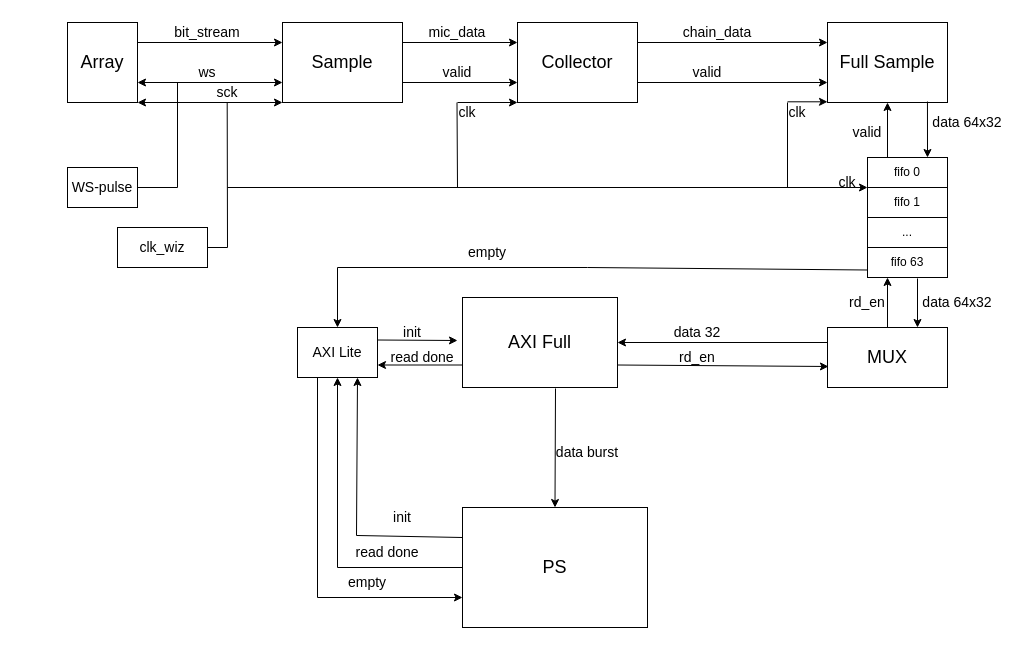
acoustic-warfare/FPGA-sampling keeps this draw.io diagram as doc/diagrams/full_diagram_axi_full.drawio. Above is the earlier version. Source tidied: cells renumbered, new cells numbered last; positions are measured from the earlier drawing's top-left corner, leaving out a move shared by most shapes. Both pictures are drawn from the tidied source at 100%, with x=0, y=0 at pixel (67, 17).
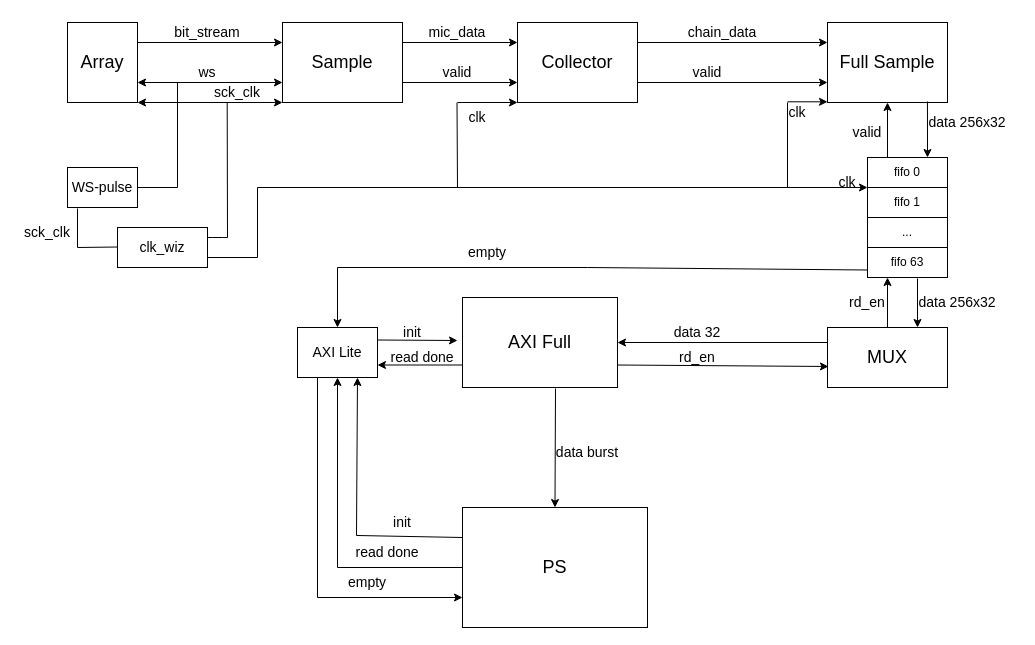
After the change.

Commit message (it also covers changes not shown here):
current diagrams

Unchanged cells that the change refers to:
```xml
<mxCell id="18" value="&lt;font style=&quot;font-size: 14px;&quot;&gt;WS-pulse&lt;/font&gt;" style="whiteSpace=wrap;html=1;" parent="1" vertex="1">
  <mxGeometry y="150" width="70" height="40" as="geometry" />
</mxCell>
<mxCell id="19" value="&lt;font style=&quot;font-size: 14px;&quot;&gt;clk_wiz&lt;/font&gt;" style="whiteSpace=wrap;html=1;" parent="1" vertex="1">
  <mxGeometry x="50" y="210" width="90" height="40" as="geometry" />
</mxCell>
<mxCell id="27" value="&lt;font style=&quot;font-size: 14px;&quot;&gt;AXI Lite&lt;/font&gt;" style="whiteSpace=wrap;html=1;" parent="1" vertex="1">
  <mxGeometry x="230" y="310" width="80" height="50" as="geometry" />
</mxCell>
<mxCell id="68" value="fifo 1" style="whiteSpace=wrap;html=1;" parent="66" vertex="1">
  <mxGeometry y="30" width="80" height="30" as="geometry" />
</mxCell>
```

The edit, as a diff of the source:
```diff
@@
+    <mxCell id="74" style="edgeStyle=none;html=1;exitX=0.143;exitY=1.025;exitDx=0;exitDy=0;shadow=0;endArrow=none;endFill=0;exitPerimeter=0;" parent="1" edge="1" source="18">
+      <mxGeometry relative="1" as="geometry">
+        <mxPoint x="10" y="230" as="targetPoint" />
+      </mxGeometry>
+    </mxCell>
@@
+    <mxCell id="75" style="edgeStyle=none;html=1;exitX=1;exitY=0.75;exitDx=0;exitDy=0;shadow=0;endArrow=none;endFill=0;" parent="1" edge="1" source="19">
+      <mxGeometry relative="1" as="geometry">
+        <mxPoint x="190" y="240" as="targetPoint" />
+      </mxGeometry>
+    </mxCell>
@@
-    <mxCell id="26" style="edgeStyle=none;html=1;exitX=0.25;exitY=1;exitDx=0;exitDy=0;fontSize=14;startArrow=none;startFill=0;endArrow=none;endFill=0;" parent="1" edge="1" source="27">
+    <mxCell id="26" style="edgeStyle=none;html=1;exitX=0.25;exitY=1;exitDx=0;exitDy=0;fontSize=14;startArrow=none;startFill=0;endArrow=none;endFill=0;shadow=0;" parent="1" edge="1" source="27">
       <mxGeometry relative="1" as="geometry">
         <mxPoint x="250" y="580" as="targetPoint" />
       </mxGeometry>
     </mxCell>
@@
     <mxCell id="39" style="html=1;fontSize=18;startArrow=none;startFill=0;endArrow=none;endFill=0;" parent="1" edge="1">
       <mxGeometry relative="1" as="geometry">
-        <mxPoint x="160" y="230" as="sourcePoint" />
+        <mxPoint x="160" y="220" as="sourcePoint" />
         <mxPoint x="159.7" y="85" as="targetPoint" />
       </mxGeometry>
     </mxCell>
     <mxCell id="40" style="html=1;fontSize=18;startArrow=none;startFill=0;endArrow=none;endFill=0;" parent="1" edge="1">
       <mxGeometry relative="1" as="geometry">
-        <mxPoint x="140" y="230" as="sourcePoint" />
-        <mxPoint x="160" y="230" as="targetPoint" />
+        <mxPoint x="140" y="220" as="sourcePoint" />
+        <mxPoint x="160" y="220" as="targetPoint" />
+        <Array as="points">
+          <mxPoint x="150" y="220" />
+        </Array>
       </mxGeometry>
     </mxCell>
     <mxCell id="41" style="html=1;fontSize=18;startArrow=none;startFill=0;endArrow=classic;endFill=1;entryX=0;entryY=0;entryDx=0;entryDy=0;" parent="1" edge="1" target="68">
       <mxGeometry relative="1" as="geometry">
-        <mxPoint x="160" y="170" as="sourcePoint" />
+        <mxPoint x="190" y="170" as="sourcePoint" />
       </mxGeometry>
     </mxCell>
@@
     <mxCell id="44" value="bit_stream" style="text;strokeColor=none;align=center;fillColor=none;html=1;verticalAlign=middle;whiteSpace=wrap;rounded=0;fontSize=14;" parent="1" vertex="1">
-      <mxGeometry x="110" width="60" height="30" as="geometry" />
+      <mxGeometry x="100" width="80" height="30" as="geometry" />
     </mxCell>
@@
-    <mxCell id="46" value="sck" style="text;strokeColor=none;align=center;fillColor=none;html=1;verticalAlign=middle;whiteSpace=wrap;rounded=0;fontSize=14;" parent="1" vertex="1">
-      <mxGeometry x="130" y="60" width="60" height="30" as="geometry" />
-    </mxCell>
-    <mxCell id="47" value="mic_data" style="text;strokeColor=none;align=center;fillColor=none;html=1;verticalAlign=middle;whiteSpace=wrap;rounded=0;fontSize=14;" parent="1" vertex="1">
-      <mxGeometry x="360" width="60" height="30" as="geometry" />
-    </mxCell>
@@
     <mxCell id="49" value="chain_data" style="text;strokeColor=none;align=center;fillColor=none;html=1;verticalAlign=middle;whiteSpace=wrap;rounded=0;fontSize=14;" parent="1" vertex="1">
-      <mxGeometry x="620" width="60" height="30" as="geometry" />
+      <mxGeometry x="610" width="90" height="30" as="geometry" />
     </mxCell>
@@
-    <mxCell id="51" value="clk" style="text;strokeColor=none;align=center;fillColor=none;html=1;verticalAlign=middle;whiteSpace=wrap;rounded=0;fontSize=14;" parent="1" vertex="1">
-      <mxGeometry x="370" y="80" width="60" height="30" as="geometry" />
-    </mxCell>
@@
-    <mxCell id="55" value="data 64x32" style="text;strokeColor=none;align=center;fillColor=none;html=1;verticalAlign=middle;whiteSpace=wrap;rounded=0;fontSize=14;" parent="1" vertex="1">
+    <mxCell id="55" value="data 256x32" style="text;strokeColor=none;align=center;fillColor=none;html=1;verticalAlign=middle;whiteSpace=wrap;rounded=0;fontSize=14;" parent="1" vertex="1">
       <mxGeometry x="850" y="90" width="100" height="30" as="geometry" />
     </mxCell>
@@
-    <mxCell id="57" value="data 64x32" style="text;strokeColor=none;align=center;fillColor=none;html=1;verticalAlign=middle;whiteSpace=wrap;rounded=0;fontSize=14;" parent="1" vertex="1">
+    <mxCell id="57" value="data 256x32" style="text;strokeColor=none;align=center;fillColor=none;html=1;verticalAlign=middle;whiteSpace=wrap;rounded=0;fontSize=14;" parent="1" vertex="1">
       <mxGeometry x="840" y="270" width="100" height="30" as="geometry" />
     </mxCell>
@@
-    <mxCell id="64" value="init" style="text;strokeColor=none;align=center;fillColor=none;html=1;verticalAlign=middle;whiteSpace=wrap;rounded=0;fontSize=14;" parent="1" vertex="1">
-      <mxGeometry x="285" y="490" width="100" height="20" as="geometry" />
-    </mxCell>
@@
+    <mxCell id="51" value="clk" style="text;strokeColor=none;align=center;fillColor=none;html=1;verticalAlign=middle;whiteSpace=wrap;rounded=0;fontSize=14;" parent="1" vertex="1">
+      <mxGeometry x="380" y="85" width="60" height="30" as="geometry" />
+    </mxCell>
+    <mxCell id="76" value="sck_clk" style="text;strokeColor=none;align=center;fillColor=none;html=1;verticalAlign=middle;whiteSpace=wrap;rounded=0;fontSize=14;" parent="1" vertex="1">
+      <mxGeometry x="140" y="60" width="60" height="30" as="geometry" />
+    </mxCell>
+    <mxCell id="64" value="init" style="text;strokeColor=none;align=center;fillColor=none;html=1;verticalAlign=middle;whiteSpace=wrap;rounded=0;fontSize=14;" parent="1" vertex="1">
+      <mxGeometry x="285" y="490" width="100" height="30" as="geometry" />
+    </mxCell>
+    <mxCell id="47" value="mic_data" style="text;strokeColor=none;align=center;fillColor=none;html=1;verticalAlign=middle;whiteSpace=wrap;rounded=0;fontSize=14;" parent="1" vertex="1">
+      <mxGeometry x="350" width="80" height="30" as="geometry" />
+    </mxCell>
+    <mxCell id="77" style="edgeStyle=none;html=1;shadow=0;endArrow=none;endFill=0;" parent="1" edge="1">
+      <mxGeometry relative="1" as="geometry">
+        <mxPoint x="190" y="170" as="sourcePoint" />
+        <mxPoint x="190" y="240" as="targetPoint" />
+      </mxGeometry>
+    </mxCell>
+    <mxCell id="78" style="edgeStyle=none;html=1;shadow=0;endArrow=none;endFill=0;" parent="1" edge="1">
+      <mxGeometry relative="1" as="geometry">
+        <mxPoint x="10" y="230" as="sourcePoint" />
+        <mxPoint x="50" y="229.5" as="targetPoint" />
+      </mxGeometry>
+    </mxCell>
+    <mxCell id="79" value="sck_clk" style="text;strokeColor=none;align=center;fillColor=none;html=1;verticalAlign=middle;whiteSpace=wrap;rounded=0;fontSize=14;" parent="1" vertex="1">
+      <mxGeometry x="-50" y="200" width="60" height="30" as="geometry" />
+    </mxCell>
```
